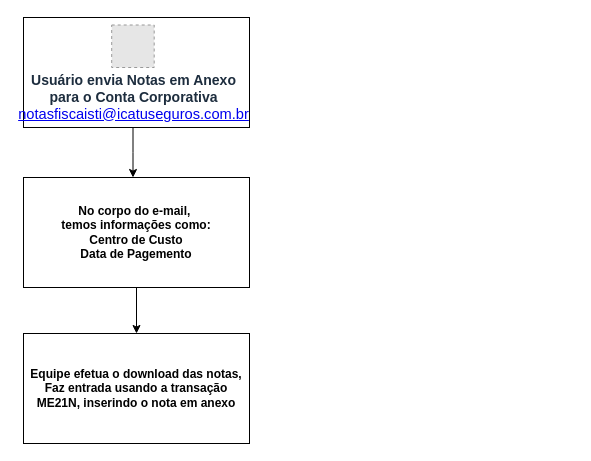
Before: wcs.drawio in WandersonSap/z_demo_flight_cds, a draw.io diagram. Source tidied: cells renumbered, new cells numbered last; positions are measured from the earlier drawing's top-left corner, leaving out a move shared by most shapes. Both pictures are drawn from the tidied source at 100%, with x=0, y=0 at pixel (17, 17). Pictures stored in the file or linked from it are replaced by grey dashed boxes.
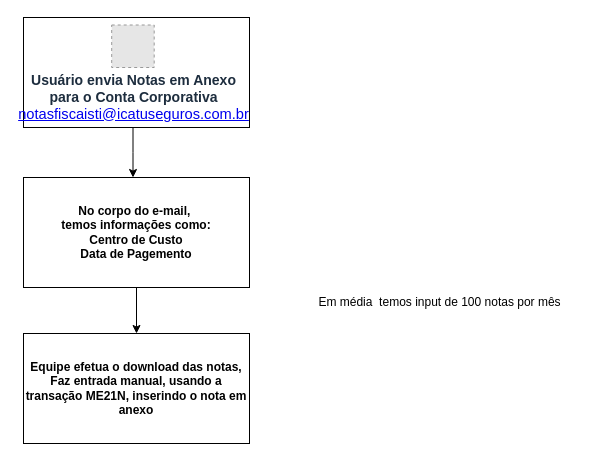
The same page after the edit.

Diff of the diagram source:
```diff
@@
 <mxGraphModel>
   <root>
     <mxCell id="0" />
     <mxCell id="1" parent="0" />
     <mxCell id="2" style="rounded=0;whiteSpace=wrap;html=1;" parent="1" vertex="1">
       <mxGeometry x="6" width="226" height="110" as="geometry" />
     </mxCell>
     <mxCell id="3" style="group;" parent="1" vertex="1">
       <mxGeometry x="92" width="103" height="100" as="geometry" />
     </mxCell>
     <mxCell id="4" style="fillColor=#E6E6E6;strokeColor=#999999;dashed=1;verticalLabelPosition=bottom;verticalAlign=top;" parent="3" vertex="1">
       <mxGeometry x="2.2" y="7.5" width="42.5" height="42.5" as="geometry" />
     </mxCell>
     <mxCell id="5" style="edgeStyle=orthogonalEdgeStyle;rounded=0;jettySize=auto;html=1;" parent="3" edge="1" source="6">
       <mxGeometry relative="1" as="geometry">
         <mxPoint x="23.5" y="160" as="targetPoint" />
       </mxGeometry>
     </mxCell>
     <mxCell id="6" value="&lt;font color=&quot;#1d2d3e&quot; size=&quot;1&quot; face=&quot;arial&quot; style=&quot;&quot;&gt;&lt;span style=&quot;font-size: 14px;&quot;&gt;&lt;b&gt;Usuário envia Notas em Anexo&lt;/b&gt;&lt;/span&gt;&lt;/font&gt;&lt;div&gt;&lt;font color=&quot;#1d2d3e&quot; size=&quot;1&quot; face=&quot;arial&quot; style=&quot;&quot;&gt;&lt;span style=&quot;font-size: 14px;&quot;&gt;&lt;b&gt;para o Conta Corporativa&lt;/b&gt;&lt;/span&gt;&lt;/font&gt;&lt;/div&gt;&lt;div&gt;&lt;span style=&quot;font-size:11.0pt;font-family:&amp;quot;Calibri&amp;quot;,sans-serif;&lt;br/&gt;mso-fareast-font-family:Aptos;mso-fareast-theme-font:minor-latin;mso-ansi-language:&lt;br/&gt;PT-BR;mso-fareast-language:PT-BR;mso-bidi-language:AR-SA&quot;&gt;&lt;a href=&quot;mailto:notasfiscaisti@icatuseguros.com.br&quot;&gt;notasfiscaisti@icatuseguros.com.br&lt;/a&gt;&lt;/span&gt;&lt;font color=&quot;#1d2d3e&quot; size=&quot;1&quot; face=&quot;arial&quot; style=&quot;&quot;&gt;&lt;b style=&quot;font-size: 14px;&quot;&gt;&lt;br&gt;&lt;/b&gt;&lt;/font&gt;&lt;/div&gt;" style="text;html=1;align=center;verticalAlign=middle;points=[];strokeColor=none;fillColor=none;fontSize=12;fontColor=default;fontFamily=Helvetica;" parent="3" vertex="1">
       <mxGeometry x="-91.5" y="50" width="230" height="60" as="geometry" />
     </mxCell>
     <mxCell id="7" style="edgeStyle=orthogonalEdgeStyle;rounded=0;jettySize=auto;html=1;entryX=0.5;entryY=0;entryDx=0;entryDy=0;" parent="1" edge="1" source="8" target="9">
       <mxGeometry relative="1" as="geometry" />
     </mxCell>
     <mxCell id="8" value="&lt;font style=&quot;font-size: 12px;&quot; face=&quot;Helvetica&quot;&gt;&lt;b&gt;No corpo do e-mail,&amp;nbsp;&lt;/b&gt;&lt;/font&gt;&lt;div&gt;&lt;font style=&quot;font-size: 12px;&quot; face=&quot;Helvetica&quot;&gt;&lt;b&gt;temos informações como:&lt;/b&gt;&lt;/font&gt;&lt;div&gt;&lt;font face=&quot;Helvetica&quot; style=&quot;font-size: 12px;&quot;&gt;&lt;b&gt;Centro de Custo&lt;/b&gt;&lt;/font&gt;&lt;br&gt;&lt;/div&gt;&lt;/div&gt;&lt;div&gt;&lt;font face=&quot;Helvetica&quot; style=&quot;font-size: 12px;&quot;&gt;&lt;b&gt;Data de Pagemento&lt;/b&gt;&lt;/font&gt;&lt;/div&gt;" style="rounded=0;whiteSpace=wrap;html=1;" parent="1" vertex="1">
       <mxGeometry x="6" y="160" width="226" height="110" as="geometry" />
     </mxCell>
-    <mxCell id="9" value="&lt;b&gt;Equipe efetua o download das notas,&lt;/b&gt;&lt;div&gt;&lt;b&gt;Faz entrada usando a transação ME21N, inserindo o nota em anexo&lt;/b&gt;&lt;/div&gt;" style="rounded=0;whiteSpace=wrap;html=1;" parent="1" vertex="1">
+    <mxCell id="9" value="&lt;b&gt;Equipe efetua o download das notas,&lt;/b&gt;&lt;div&gt;&lt;b&gt;Faz entrada manual, usando a transação ME21N, inserindo o nota em anexo&lt;/b&gt;&lt;/div&gt;" style="rounded=0;whiteSpace=wrap;html=1;" parent="1" vertex="1">
       <mxGeometry x="6" y="316" width="226" height="110" as="geometry" />
     </mxCell>
+    <mxCell id="10" value="Em média&amp;nbsp; temos input de 100 notas por mês" style="text;html=1;align=center;verticalAlign=middle;strokeColor=none;fillColor=none;" parent="1" vertex="1">
+      <mxGeometry x="287" y="270" width="270" height="30" as="geometry" />
+    </mxCell>
   </root>
 </mxGraphModel>
```
